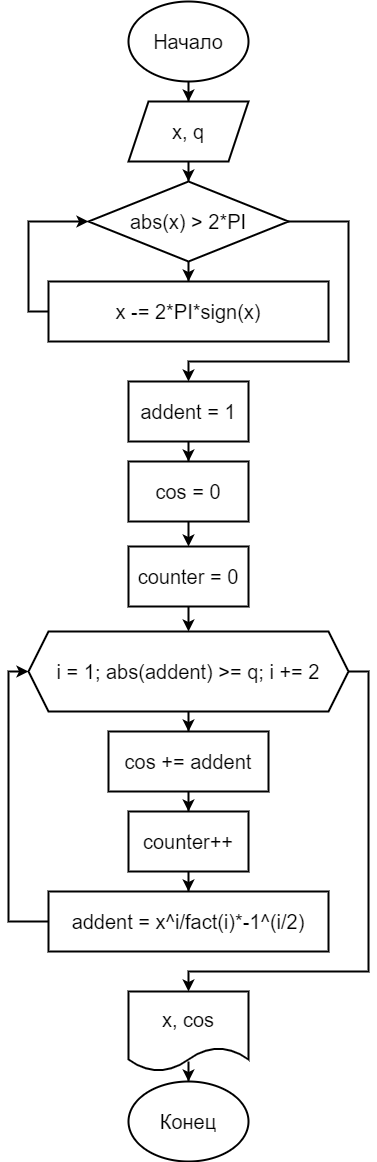
This is Lab2.4/Lab2.4.drawio.png from ga1kokuj1n/Lab2, a draw.io export, as it was before one commit. Source tidied: cells renumbered, new cells last; positions are measured from the earlier drawing's top-left corner, leaving out a move shared by most shapes.
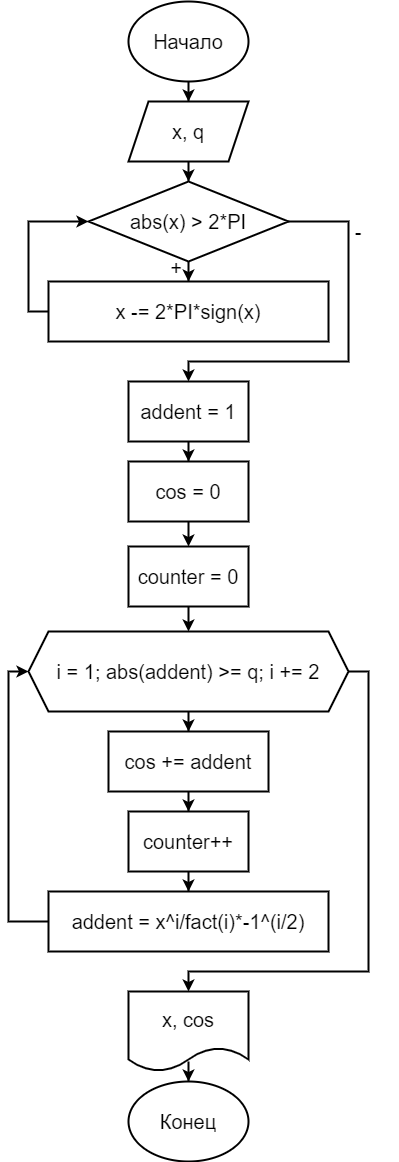
After the commit.

What changed in the source:
```diff
@@ -105,5 +105,11 @@
     <mxCell id="28" value="counter = 0" style="rounded=0;whiteSpace=wrap;html=1;fontSize=20;strokeWidth=2;" parent="1" vertex="1">
       <mxGeometry x="120" y="545" width="120" height="60" as="geometry" />
     </mxCell>
+    <mxCell id="29" value="+" style="whiteSpace=wrap;html=1;fontSize=20;strokeWidth=2;fillColor=none;strokeColor=none;" parent="1" vertex="1">
+      <mxGeometry x="128" y="226" width="80" height="80" as="geometry" />
+    </mxCell>
+    <mxCell id="30" value="-" style="whiteSpace=wrap;html=1;fontSize=20;strokeWidth=2;fillColor=none;strokeColor=none;" parent="1" vertex="1">
+      <mxGeometry x="310" y="190" width="80" height="80" as="geometry" />
+    </mxCell>
   </root>
 </mxGraphModel>
```
